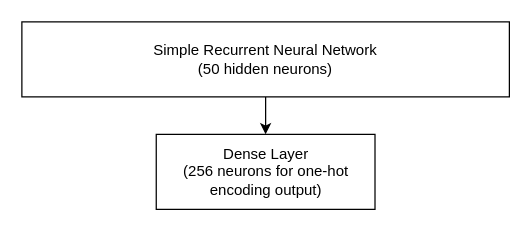
The draw.io diagram Untitled Diagram.drawio in Vincc/algorithms, before the edit. Source tidied: cells renumbered, new cells numbered last; positions are measured from the earlier drawing's top-left corner, leaving out a move shared by most shapes. Both pictures are drawn from the tidied source at 125%, with x=0, y=0 at pixel (21, 21).
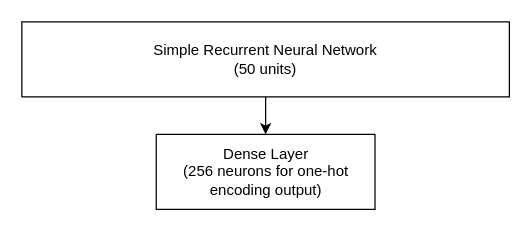
After the change.

The edit, as a diff of the source:
```diff
@@
 <mxGraphModel>
   <root>
     <mxCell id="0" />
     <mxCell id="1" parent="0" />
     <mxCell id="2" style="edgeStyle=orthogonalEdgeStyle;rounded=0;jettySize=auto;html=1;" parent="1" edge="1" source="3" target="4">
       <mxGeometry relative="1" as="geometry" />
     </mxCell>
-    <mxCell id="3" value="Simple Recurrent Neural Network&lt;br&gt;(50 hidden neurons)" style="rounded=0;whiteSpace=wrap;html=1;" parent="1" vertex="1">
+    <mxCell id="3" value="Simple Recurrent Neural Network&lt;br&gt;(50 units)" style="rounded=0;whiteSpace=wrap;html=1;" parent="1" vertex="1">
       <mxGeometry width="390" height="60" as="geometry" />
     </mxCell>
     <mxCell id="4" value="Dense Layer&lt;br&gt;(256 neurons for one-hot encoding output)" style="whiteSpace=wrap;html=1;rounded=0;" parent="1" vertex="1">
       <mxGeometry x="107.5" y="90" width="175" height="60" as="geometry" />
     </mxCell>
   </root>
 </mxGraphModel>
```
